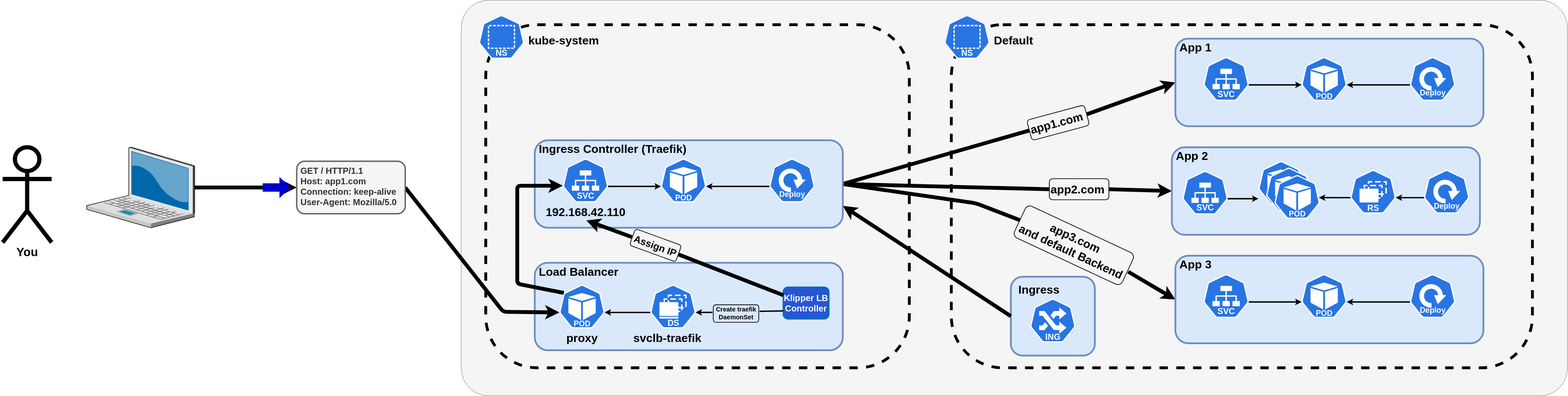
Above: reference/p2.drawio.svg in maxime-42/Inception-of-Things (draw.io), before the change. Source tidied: cells renumbered, new cells last; positions are measured from the earlier drawing's top-left corner, leaving out a move shared by most shapes.
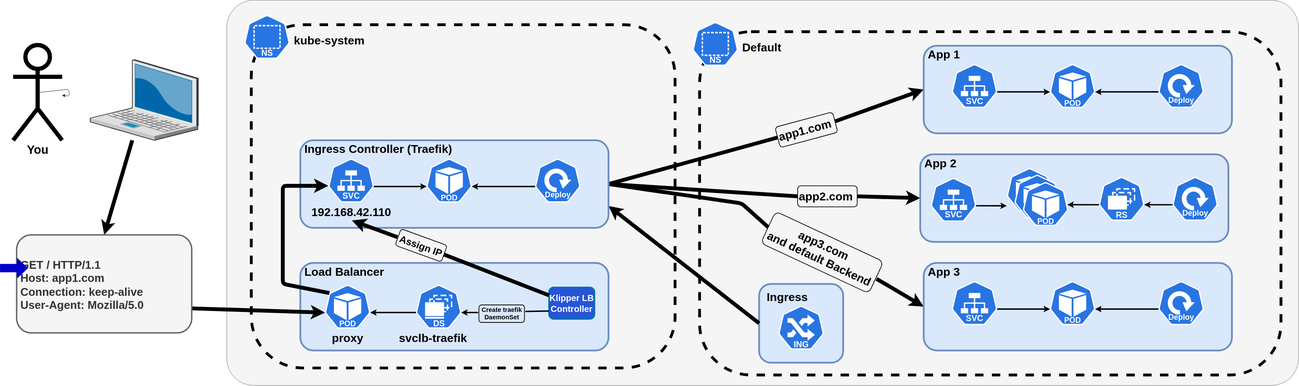
After the change.

Change to the diagram source:
```diff
@@ -1,12 +1,12 @@
-<mxGraphModel>
+<mxGraphModel background="#FFFFFF">
   <root>
     <mxCell id="0" />
     <mxCell id="1" parent="0" />
     <mxCell id="2" style="rounded=1;whiteSpace=wrap;html=1;fillColor=#f5f5f5;fontColor=#333333;strokeColor=#666666;arcSize=7;" parent="1" vertex="1">
-      <mxGeometry x="1310" width="3160" height="1130" as="geometry" />
+      <mxGeometry x="1390" y="-230" width="3060" height="1100" as="geometry" />
     </mxCell>
     <mxCell id="3" style="rounded=1;whiteSpace=wrap;html=1;shadow=0;glass=0;fontSize=22;strokeWidth=8;fillColor=none;dashed=1;strokeColor=#000000;" parent="2" vertex="1">
-      <mxGeometry x="1400" y="70" width="1660" height="980" as="geometry" />
+      <mxGeometry x="1350" y="90" width="1660" height="980" as="geometry" />
     </mxCell>
     <mxCell id="4" style="edgeStyle=none;html=1;exitX=1;exitY=0.5;exitDx=0;exitDy=0;entryX=0;entryY=0.5;entryDx=0;entryDy=0;fontSize=22;fontColor=#FFFFFF;strokeWidth=11;strokeColor=#000000;startArrow=none;" parent="3" edge="1" source="18" target="20">
       <mxGeometry relative="1" as="geometry" />
@@ -272,27 +272,26 @@
     <mxCell id="87" style="edgeStyle=none;html=1;exitX=0;exitY=0.25;exitDx=0;exitDy=0;strokeColor=#000000;strokeWidth=11;endArrow=none;entryX=1;entryY=0.545;entryDx=0;entryDy=0;entryPerimeter=0;" parent="56" edge="1" source="79" target="86">
       <mxGeometry relative="1" as="geometry" />
     </mxCell>
-    <mxCell id="88" style="edgeStyle=none;html=1;fontSize=25;fontColor=#000000;strokeColor=#000000;strokeWidth=11;entryX=0;entryY=0.5;entryDx=0;entryDy=0;" parent="1" edge="1" source="89" target="92">
+    <mxCell id="88" style="edgeStyle=none;html=1;fontSize=25;fontColor=#000000;strokeColor=#000000;strokeWidth=11;entryX=0.5;entryY=0;entryDx=0;entryDy=0;" parent="1" edge="1" source="89" target="92">
       <mxGeometry relative="1" as="geometry" />
     </mxCell>
     <mxCell id="89" style="verticalLabelPosition=bottom;sketch=0;html=1;verticalAlign=top;strokeColor=none;align=center;outlineConnect=0;shape=mxgraph.citrix.laptop_2;shadow=0;glass=0;fontSize=33;fontColor=#000000;fillColor=#0000CC;gradientColor=none;" parent="1" vertex="1">
-      <mxGeometry x="240" y="420" width="308.4" height="230" as="geometry" />
+      <mxGeometry x="1000" y="-60" width="308.4" height="230" as="geometry" />
     </mxCell>
     <mxCell id="90" value="&lt;font color=&quot;#000000&quot; size=&quot;1&quot;&gt;&lt;b style=&quot;font-size: 34px&quot;&gt;You&lt;/b&gt;&lt;/font&gt;" style="shape=umlActor;verticalLabelPosition=bottom;verticalAlign=top;html=1;outlineConnect=0;strokeColor=#000000;strokeWidth=12;fillColor=none;" parent="1" vertex="1">
-      <mxGeometry y="420" width="140" height="272" as="geometry" />
+      <mxGeometry x="780" y="-102" width="140" height="272" as="geometry" />
     </mxCell>
-    <mxCell id="91" style="edgeStyle=none;html=1;exitX=1;exitY=0.5;exitDx=0;exitDy=0;entryX=0.005;entryY=0.63;entryDx=0;entryDy=0;entryPerimeter=0;fontSize=25;fontColor=#000000;strokeColor=#000000;strokeWidth=11;" parent="1" edge="1" source="92" target="73">
-      <mxGeometry relative="1" as="geometry">
-        <Array as="points">
-          <mxPoint x="1430" y="890" />
-        </Array>
-      </mxGeometry>
+    <mxCell id="91" style="edgeStyle=none;html=1;exitX=1;exitY=0.75;exitDx=0;exitDy=0;entryX=0.005;entryY=0.63;entryDx=0;entryDy=0;entryPerimeter=0;fontSize=25;fontColor=#000000;strokeColor=#000000;strokeWidth=11;" parent="1" edge="1" source="92" target="73">
+      <mxGeometry relative="1" as="geometry" />
     </mxCell>
-    <mxCell id="92" value="&lt;font style=&quot;font-size: 25px&quot;&gt;&lt;b&gt;GET / HTTP/1.1&lt;br&gt;Host: app1.com&lt;br&gt;Connection: keep-alive&lt;br&gt;User-Agent: Mozilla/5.0&lt;/b&gt;&lt;/font&gt;" style="text;html=1;strokeColor=#666666;fillColor=#f5f5f5;align=left;verticalAlign=top;whiteSpace=wrap;rounded=1;spacingLeft=9;fontColor=#333333;strokeWidth=4;spacingTop=5;" parent="1" vertex="1">
-      <mxGeometry x="840" y="460" width="310" height="150" as="geometry" />
+    <mxCell id="92" value="&lt;font style=&quot;font-size: 32px&quot;&gt;&lt;b&gt;GET / HTTP/1.1&lt;br&gt;Host: app1.com&lt;br&gt;Connection: keep-alive&lt;br&gt;User-Agent: Mozilla/5.0&lt;/b&gt;&lt;/font&gt;" style="text;html=1;strokeColor=#666666;fillColor=#f5f5f5;align=left;verticalAlign=middle;whiteSpace=wrap;rounded=1;spacingLeft=9;fontColor=#333333;strokeWidth=4;spacingTop=5;" parent="1" vertex="1">
+      <mxGeometry x="790" y="440" width="500" height="280" as="geometry" />
     </mxCell>
     <mxCell id="93" style="shape=singleArrow;whiteSpace=wrap;html=1;arrowWidth=0.4;arrowSize=0.4;fontSize=33;verticalAlign=top;fillColor=#0000CC;strokeColor=none;fontColor=#000000;sketch=0;shadow=0;glass=0;gradientColor=none;" parent="1" vertex="1">
       <mxGeometry x="742.7" y="505" width="80" height="60" as="geometry" />
     </mxCell>
+    <mxCell id="94" style="edgeStyle=none;html=1;exitX=0.5;exitY=0.5;exitDx=0;exitDy=0;exitPerimeter=0;" parent="1" edge="1" source="90" target="90">
+      <mxGeometry relative="1" as="geometry" />
+    </mxCell>
   </root>
 </mxGraphModel>
```
